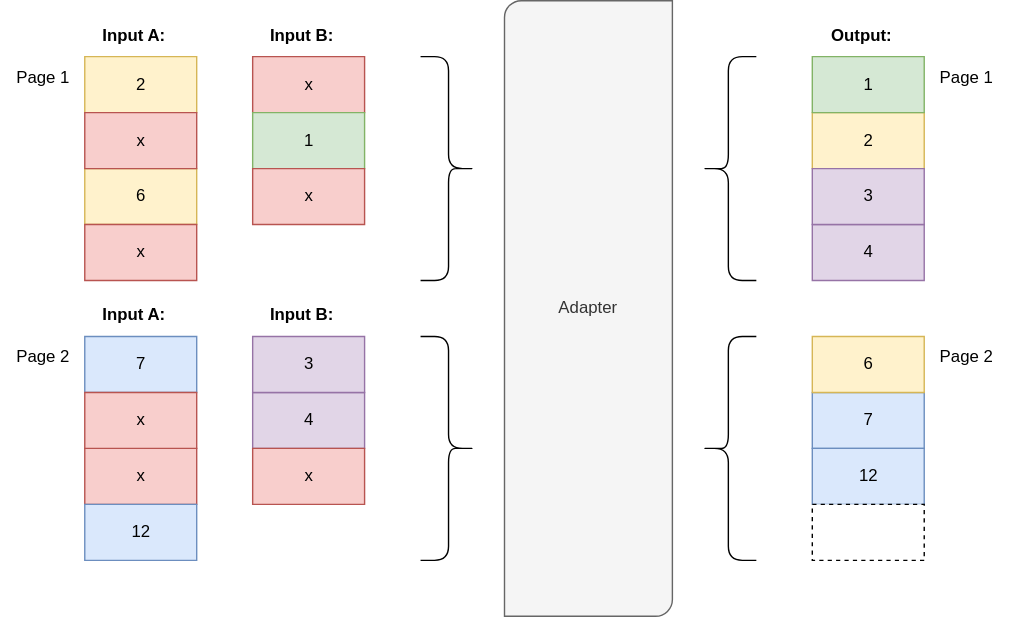
The draw.io diagram images/MergeResponsesKomplex.svg in cwahlmann/searchadapter, before a commit. Source tidied: cells renumbered, new cells last; positions are measured from the earlier drawing's top-left corner, leaving out a move shared by most shapes.
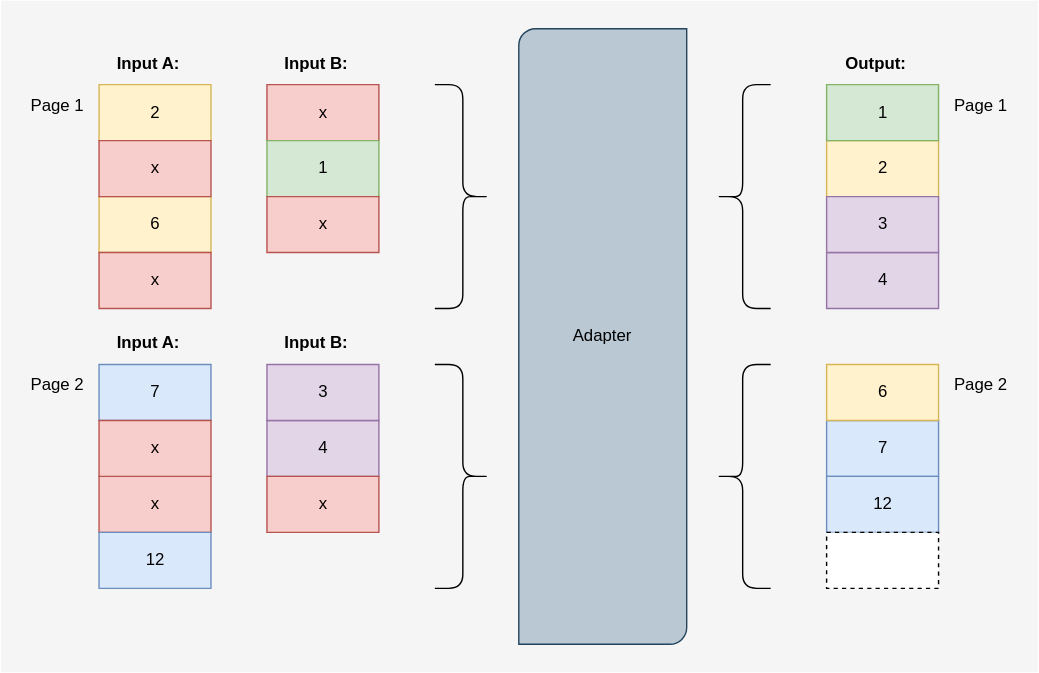
Above is the later version.

Diff of the diagram source:
```diff
@@ -2,6 +2,9 @@
   <root>
     <mxCell id="0" />
     <mxCell id="1" parent="0" />
+    <mxCell id="38" style="rounded=0;whiteSpace=wrap;html=1;fillColor=#f5f5f5;strokeColor=none;fontColor=#333333;" parent="1" vertex="1">
+      <mxGeometry x="-10" y="-20" width="741" height="480" as="geometry" />
+    </mxCell>
     <mxCell id="2" value="2" style="verticalLabelPosition=middle;verticalAlign=middle;html=1;shape=mxgraph.basic.rect;fillColor2=none;strokeWidth=1;size=20;indent=5;labelPosition=center;align=center;fillColor=#fff2cc;strokeColor=#d6b656;" parent="1" vertex="1">
       <mxGeometry x="60" y="40" width="80" height="40" as="geometry" />
     </mxCell>
@@ -14,7 +17,7 @@
     <mxCell id="5" value="Page 1" style="text;html=1;align=center;verticalAlign=middle;strokeColor=none;fillColor=none;" parent="1" vertex="1">
       <mxGeometry x="660" y="40" width="60" height="30" as="geometry" />
     </mxCell>
-    <mxCell id="6" value="Adapter" style="verticalLabelPosition=middle;verticalAlign=middle;html=1;shape=mxgraph.basic.diag_round_rect;dx=6;whiteSpace=wrap;labelPosition=center;align=center;fillColor=#f5f5f5;fontColor=#333333;strokeColor=#666666;" parent="1" vertex="1">
+    <mxCell id="6" value="Adapter" style="verticalLabelPosition=middle;verticalAlign=middle;html=1;shape=mxgraph.basic.diag_round_rect;dx=6;whiteSpace=wrap;labelPosition=center;align=center;fillColor=#bac8d3;strokeColor=#23445d;" parent="1" vertex="1">
       <mxGeometry x="360" width="120" height="440" as="geometry" />
     </mxCell>
     <mxCell id="7" style="shape=curlyBracket;whiteSpace=wrap;html=1;rounded=1;flipH=1;labelPosition=right;verticalLabelPosition=middle;align=left;verticalAlign=middle;" parent="1" vertex="1">
```
